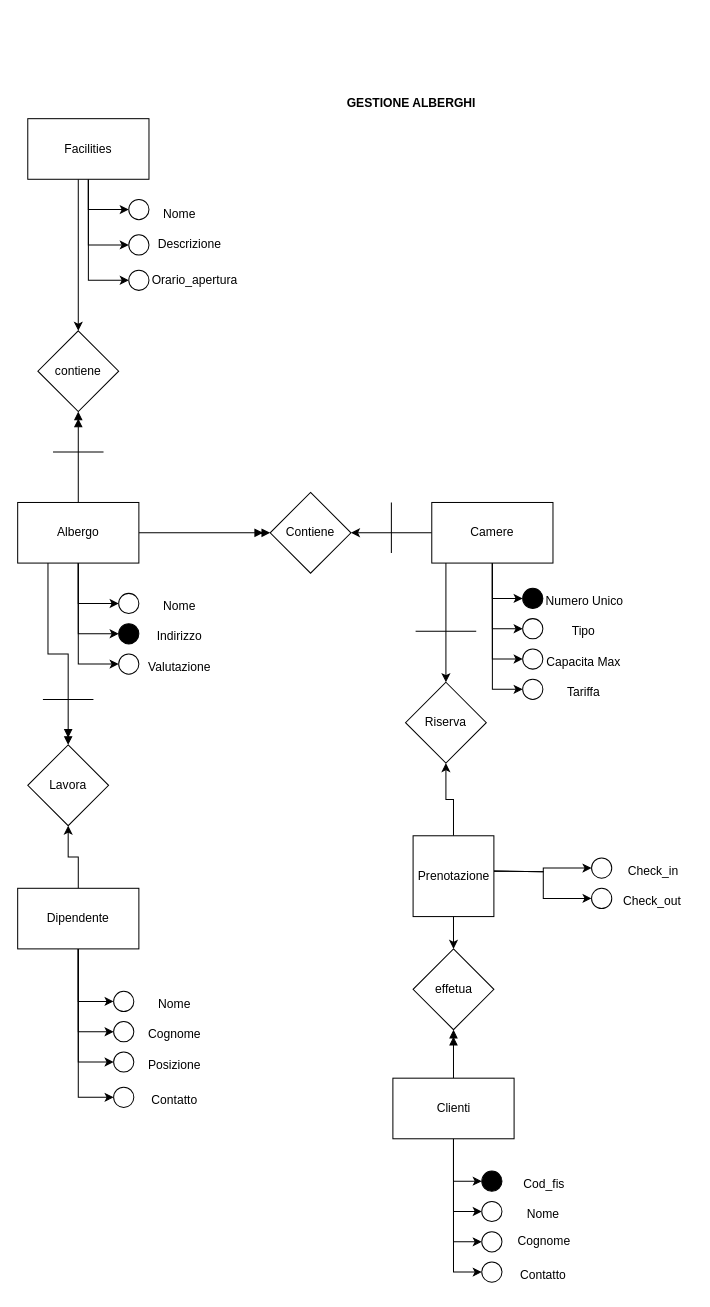
Above: GestioneHotel/GestioneHotel.drawio in ValerioDezzi/AcademyIENDEM (draw.io), before the change. Source tidied: cells renumbered, new cells numbered last; positions are measured from the earlier drawing's top-left corner, leaving out a move shared by most shapes. Both pictures are drawn from the tidied source at 101%, with x=0, y=0 at pixel (17, 17).
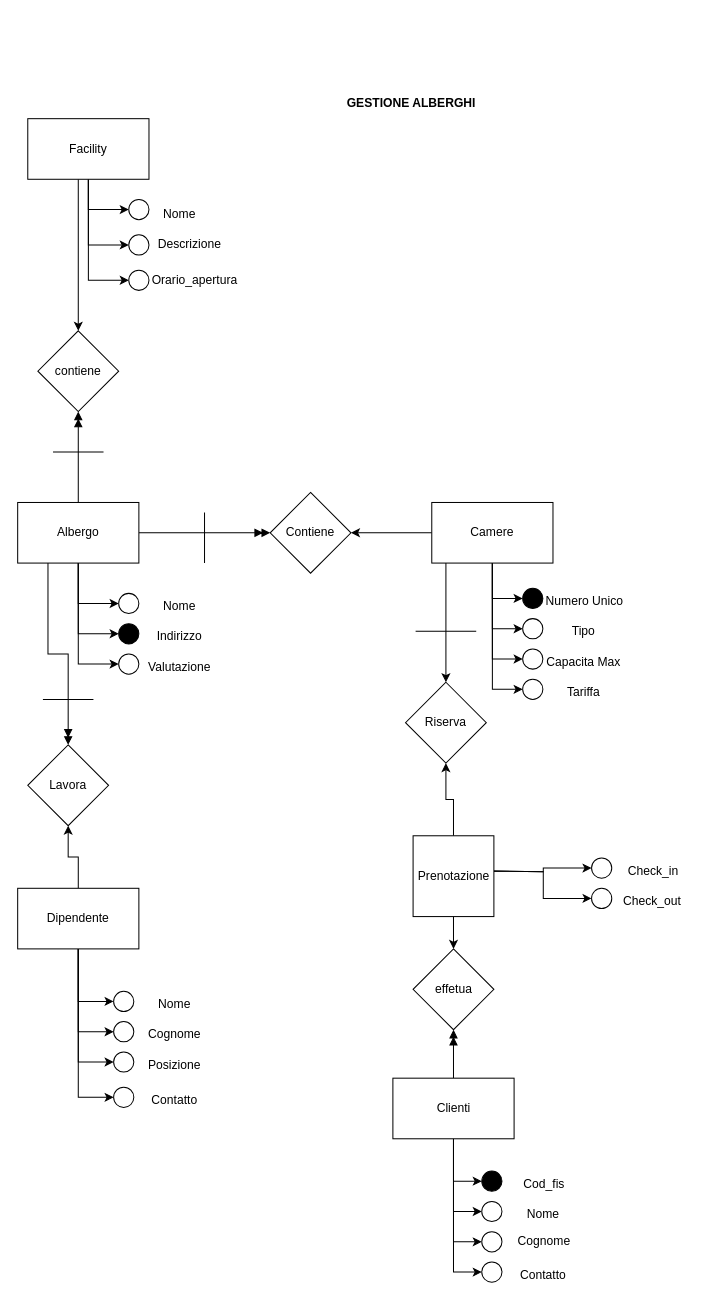
Above is the later version.

Commit message (it also covers changes not shown here):
Inserito Diagramma

Change to the diagram source:
```diff
@@
     <mxCell id="46" style="endArrow=none;html=1;rounded=0;" parent="1" edge="1">
       <mxGeometry relative="1" as="geometry">
-        <mxPoint x="370" y="530" as="sourcePoint" />
-        <mxPoint x="370" y="480" as="targetPoint" />
+        <mxPoint x="185" y="540" as="sourcePoint" />
+        <mxPoint x="185" y="490" as="targetPoint" />
       </mxGeometry>
     </mxCell>
@@
-    <mxCell id="79" value="Facilities" style="rounded=0;whiteSpace=wrap;html=1;" parent="1" vertex="1">
+    <mxCell id="79" value="Facility" style="rounded=0;whiteSpace=wrap;html=1;" parent="1" vertex="1">
       <mxGeometry x="10" y="100" width="120" height="60" as="geometry" />
     </mxCell>
```
